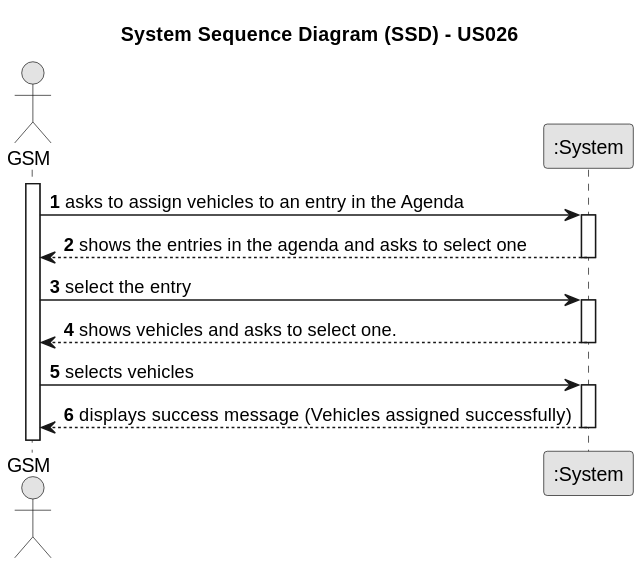
Above: docs/sprintC/us026/01.requirements-engineering/svg/us026-system-sequence-diagram-alternative-one.svg in ricardomm7/leaflink (PlantUML), before the change.
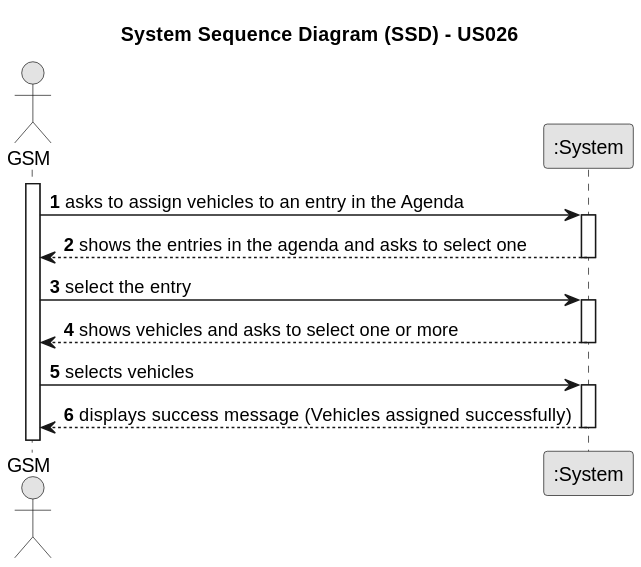
Above is the later version.

The edit, as a diff of the source:
```diff
@@ -22,7 +22,7 @@
 
     activate System
 
-        System --> GSM : shows vehicles and asks to select one.
+        System --> GSM : shows vehicles and asks to select one or more
     deactivate System
 
     GSM -> System : selects vehicles
```
